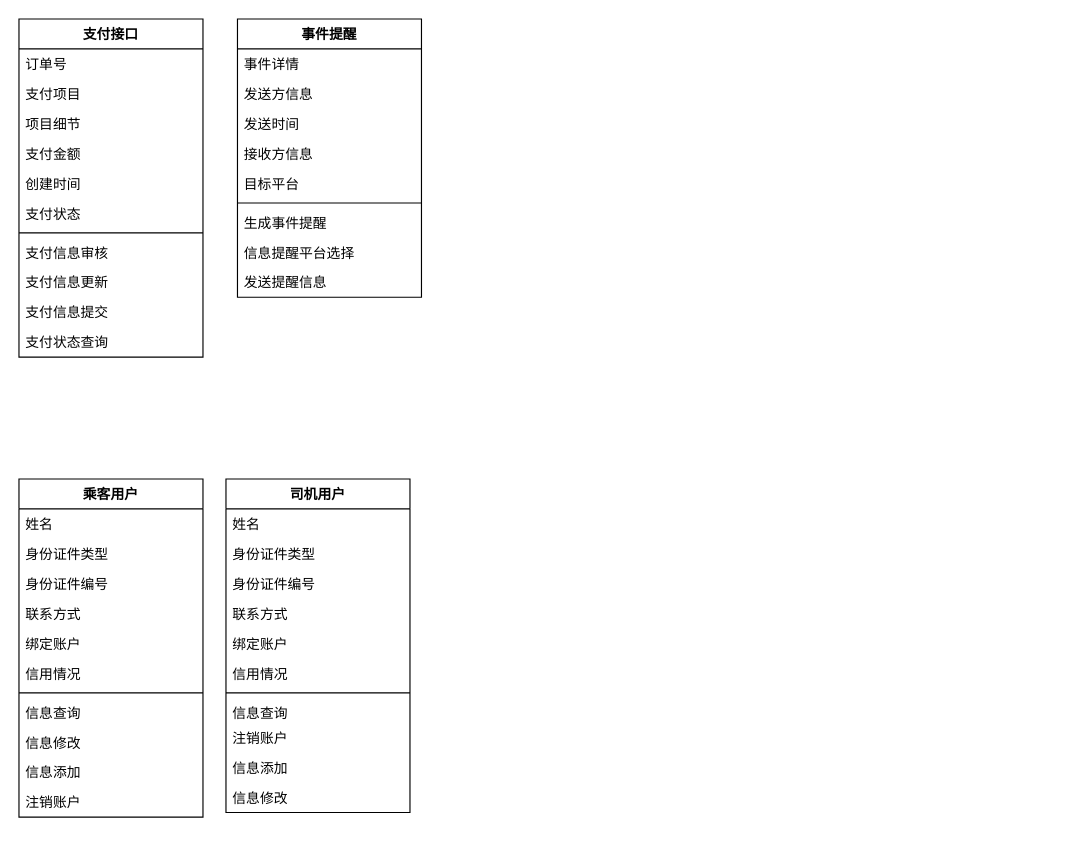
Earlier version of the draw.io diagram IS_HW_2_AC.drawio (YuanchenZhu2020/DrawIO). Source tidied: cells renumbered, new cells numbered last; positions are measured from the earlier drawing's top-left corner, leaving out a move shared by most shapes. Both pictures are drawn from the tidied source at 115%, with x=0, y=0 at pixel (18, 18).
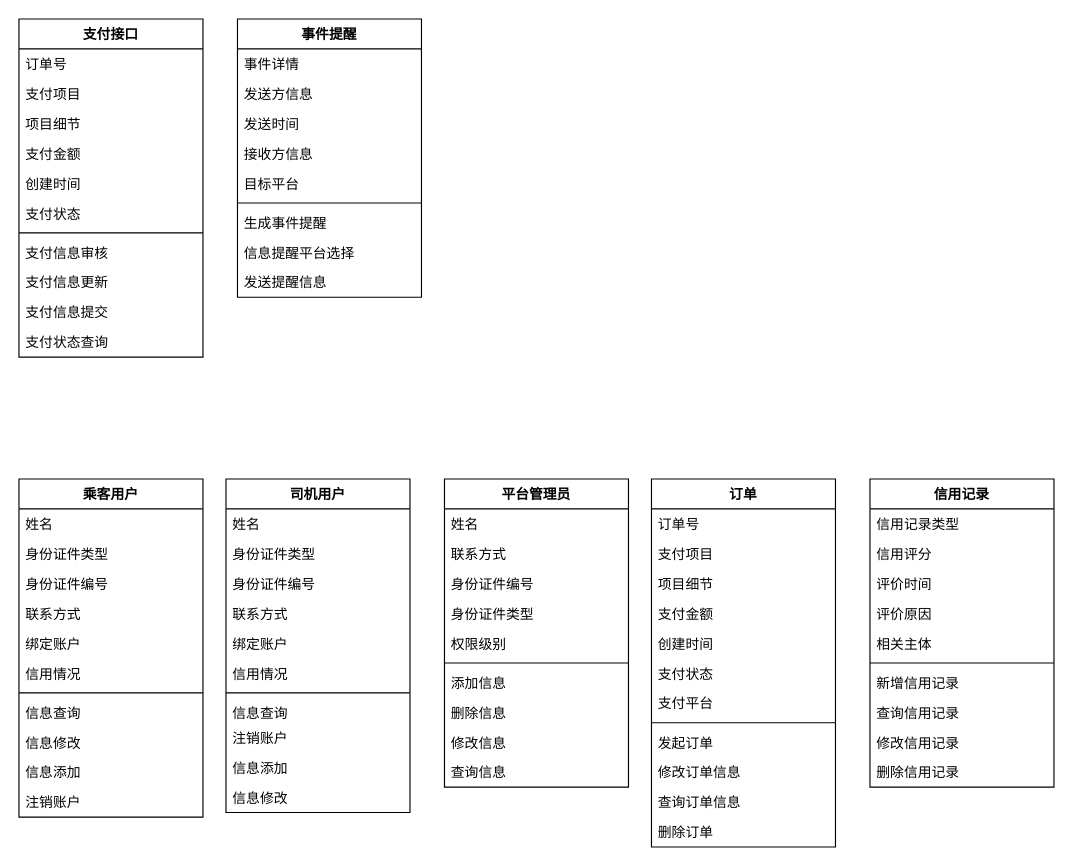
The same diagram, later.

What changed in the source:
```diff
@@
+    <mxCell id="48" value="平台管理员" style="swimlane;fontStyle=1;align=center;verticalAlign=top;horizontal=1;startSize=26;" parent="1" vertex="1">
+      <mxGeometry x="370" y="400" width="160" height="268" as="geometry" />
+    </mxCell>
+    <mxCell id="49" value="姓名" style="text;strokeColor=none;fillColor=none;align=left;verticalAlign=top;spacingLeft=4;spacingRight=4;overflow=hidden;" parent="48" vertex="1">
+      <mxGeometry y="26" width="160" height="26" as="geometry" />
+    </mxCell>
+    <mxCell id="50" value="联系方式" style="text;strokeColor=none;fillColor=none;align=left;verticalAlign=top;spacingLeft=4;spacingRight=4;overflow=hidden;" parent="48" vertex="1">
+      <mxGeometry y="52" width="160" height="26" as="geometry" />
+    </mxCell>
+    <mxCell id="51" value="身份证件编号" style="text;strokeColor=none;fillColor=none;align=left;verticalAlign=top;spacingLeft=4;spacingRight=4;overflow=hidden;" parent="48" vertex="1">
+      <mxGeometry y="78" width="160" height="26" as="geometry" />
+    </mxCell>
+    <mxCell id="52" value="身份证件类型" style="text;strokeColor=none;fillColor=none;align=left;verticalAlign=top;spacingLeft=4;spacingRight=4;overflow=hidden;" parent="48" vertex="1">
+      <mxGeometry y="104" width="160" height="26" as="geometry" />
+    </mxCell>
+    <mxCell id="53" value="权限级别" style="text;strokeColor=none;fillColor=none;align=left;verticalAlign=top;spacingLeft=4;spacingRight=4;overflow=hidden;" parent="48" vertex="1">
+      <mxGeometry y="130" width="160" height="26" as="geometry" />
+    </mxCell>
+    <mxCell id="54" style="line;strokeWidth=1;fillColor=none;align=left;verticalAlign=middle;spacingTop=-1;spacingLeft=3;spacingRight=3;labelPosition=right;" parent="48" vertex="1">
+      <mxGeometry y="156" width="160" height="8" as="geometry" />
+    </mxCell>
+    <mxCell id="55" value="添加信息" style="text;strokeColor=none;fillColor=none;align=left;verticalAlign=top;spacingLeft=4;spacingRight=4;overflow=hidden;" parent="48" vertex="1">
+      <mxGeometry y="164" width="160" height="26" as="geometry" />
+    </mxCell>
+    <mxCell id="56" value="删除信息" style="text;strokeColor=none;fillColor=none;align=left;verticalAlign=top;spacingLeft=4;spacingRight=4;overflow=hidden;" parent="48" vertex="1">
+      <mxGeometry y="190" width="160" height="26" as="geometry" />
+    </mxCell>
+    <mxCell id="57" value="修改信息" style="text;strokeColor=none;fillColor=none;align=left;verticalAlign=top;spacingLeft=4;spacingRight=4;overflow=hidden;" parent="48" vertex="1">
+      <mxGeometry y="216" width="160" height="26" as="geometry" />
+    </mxCell>
+    <mxCell id="58" value="查询信息" style="text;strokeColor=none;fillColor=none;align=left;verticalAlign=top;spacingLeft=4;spacingRight=4;overflow=hidden;" parent="48" vertex="1">
+      <mxGeometry y="242" width="160" height="26" as="geometry" />
+    </mxCell>
+    <mxCell id="59" value="订单" style="swimlane;fontStyle=1;align=center;verticalAlign=top;horizontal=1;startSize=26;" parent="1" vertex="1">
+      <mxGeometry x="550" y="400" width="160" height="320" as="geometry" />
+    </mxCell>
+    <mxCell id="60" value="订单号" style="text;strokeColor=none;fillColor=none;align=left;verticalAlign=top;spacingLeft=4;spacingRight=4;overflow=hidden;" parent="59" vertex="1">
+      <mxGeometry y="26" width="160" height="26" as="geometry" />
+    </mxCell>
+    <mxCell id="61" value="支付项目" style="text;strokeColor=none;fillColor=none;align=left;verticalAlign=top;spacingLeft=4;spacingRight=4;overflow=hidden;" parent="59" vertex="1">
+      <mxGeometry y="52" width="160" height="26" as="geometry" />
+    </mxCell>
+    <mxCell id="62" value="项目细节" style="text;strokeColor=none;fillColor=none;align=left;verticalAlign=top;spacingLeft=4;spacingRight=4;overflow=hidden;" parent="59" vertex="1">
+      <mxGeometry y="78" width="160" height="26" as="geometry" />
+    </mxCell>
+    <mxCell id="63" value="支付金额" style="text;strokeColor=none;fillColor=none;align=left;verticalAlign=top;spacingLeft=4;spacingRight=4;overflow=hidden;" parent="59" vertex="1">
+      <mxGeometry y="104" width="160" height="26" as="geometry" />
+    </mxCell>
+    <mxCell id="64" value="创建时间" style="text;strokeColor=none;fillColor=none;align=left;verticalAlign=top;spacingLeft=4;spacingRight=4;overflow=hidden;" parent="59" vertex="1">
+      <mxGeometry y="130" width="160" height="26" as="geometry" />
+    </mxCell>
+    <mxCell id="65" value="支付状态" style="text;strokeColor=none;fillColor=none;align=left;verticalAlign=top;spacingLeft=4;spacingRight=4;overflow=hidden;" parent="59" vertex="1">
+      <mxGeometry y="156" width="160" height="26" as="geometry" />
+    </mxCell>
+    <mxCell id="66" value="支付平台" style="text;strokeColor=none;fillColor=none;align=left;verticalAlign=top;spacingLeft=4;spacingRight=4;overflow=hidden;" parent="59" vertex="1">
+      <mxGeometry y="182" width="160" height="26" as="geometry" />
+    </mxCell>
+    <mxCell id="67" style="line;strokeWidth=1;fillColor=none;align=left;verticalAlign=middle;spacingTop=-1;spacingLeft=3;spacingRight=3;labelPosition=right;" parent="59" vertex="1">
+      <mxGeometry y="208" width="160" height="8" as="geometry" />
+    </mxCell>
+    <mxCell id="68" value="发起订单" style="text;strokeColor=none;fillColor=none;align=left;verticalAlign=top;spacingLeft=4;spacingRight=4;overflow=hidden;" parent="59" vertex="1">
+      <mxGeometry y="216" width="160" height="26" as="geometry" />
+    </mxCell>
+    <mxCell id="69" value="修改订单信息" style="text;strokeColor=none;fillColor=none;align=left;verticalAlign=top;spacingLeft=4;spacingRight=4;overflow=hidden;" parent="59" vertex="1">
+      <mxGeometry y="242" width="160" height="26" as="geometry" />
+    </mxCell>
+    <mxCell id="70" value="查询订单信息" style="text;strokeColor=none;fillColor=none;align=left;verticalAlign=top;spacingLeft=4;spacingRight=4;overflow=hidden;" parent="59" vertex="1">
+      <mxGeometry y="268" width="160" height="26" as="geometry" />
+    </mxCell>
+    <mxCell id="71" value="删除订单" style="text;strokeColor=none;fillColor=none;align=left;verticalAlign=top;spacingLeft=4;spacingRight=4;overflow=hidden;" parent="59" vertex="1">
+      <mxGeometry y="294" width="160" height="26" as="geometry" />
+    </mxCell>
+    <mxCell id="72" value="信用记录" style="swimlane;fontStyle=1;align=center;verticalAlign=top;horizontal=1;startSize=26;" parent="1" vertex="1">
+      <mxGeometry x="740" y="400" width="160" height="268" as="geometry" />
+    </mxCell>
+    <mxCell id="73" value="信用记录类型" style="text;strokeColor=none;fillColor=none;align=left;verticalAlign=top;spacingLeft=4;spacingRight=4;overflow=hidden;" parent="72" vertex="1">
+      <mxGeometry y="26" width="160" height="26" as="geometry" />
+    </mxCell>
+    <mxCell id="74" value="信用评分" style="text;strokeColor=none;fillColor=none;align=left;verticalAlign=top;spacingLeft=4;spacingRight=4;overflow=hidden;" parent="72" vertex="1">
+      <mxGeometry y="52" width="160" height="26" as="geometry" />
+    </mxCell>
+    <mxCell id="75" value="评价时间" style="text;strokeColor=none;fillColor=none;align=left;verticalAlign=top;spacingLeft=4;spacingRight=4;overflow=hidden;" parent="72" vertex="1">
+      <mxGeometry y="78" width="160" height="26" as="geometry" />
+    </mxCell>
+    <mxCell id="76" value="评价原因" style="text;strokeColor=none;fillColor=none;align=left;verticalAlign=top;spacingLeft=4;spacingRight=4;overflow=hidden;" parent="72" vertex="1">
+      <mxGeometry y="104" width="160" height="26" as="geometry" />
+    </mxCell>
+    <mxCell id="77" value="相关主体" style="text;strokeColor=none;fillColor=none;align=left;verticalAlign=top;spacingLeft=4;spacingRight=4;overflow=hidden;" parent="72" vertex="1">
+      <mxGeometry y="130" width="160" height="26" as="geometry" />
+    </mxCell>
+    <mxCell id="78" style="line;strokeWidth=1;fillColor=none;align=left;verticalAlign=middle;spacingTop=-1;spacingLeft=3;spacingRight=3;labelPosition=right;" parent="72" vertex="1">
+      <mxGeometry y="156" width="160" height="8" as="geometry" />
+    </mxCell>
+    <mxCell id="79" value="新增信用记录" style="text;strokeColor=none;fillColor=none;align=left;verticalAlign=top;spacingLeft=4;spacingRight=4;overflow=hidden;" parent="72" vertex="1">
+      <mxGeometry y="164" width="160" height="26" as="geometry" />
+    </mxCell>
+    <mxCell id="80" value="查询信用记录" style="text;strokeColor=none;fillColor=none;align=left;verticalAlign=top;spacingLeft=4;spacingRight=4;overflow=hidden;" parent="72" vertex="1">
+      <mxGeometry y="190" width="160" height="26" as="geometry" />
+    </mxCell>
+    <mxCell id="81" value="修改信用记录" style="text;strokeColor=none;fillColor=none;align=left;verticalAlign=top;spacingLeft=4;spacingRight=4;overflow=hidden;" parent="72" vertex="1">
+      <mxGeometry y="216" width="160" height="26" as="geometry" />
+    </mxCell>
+    <mxCell id="82" value="删除信用记录" style="text;strokeColor=none;fillColor=none;align=left;verticalAlign=top;spacingLeft=4;spacingRight=4;overflow=hidden;" parent="72" vertex="1">
+      <mxGeometry y="242" width="160" height="26" as="geometry" />
+    </mxCell>
```
